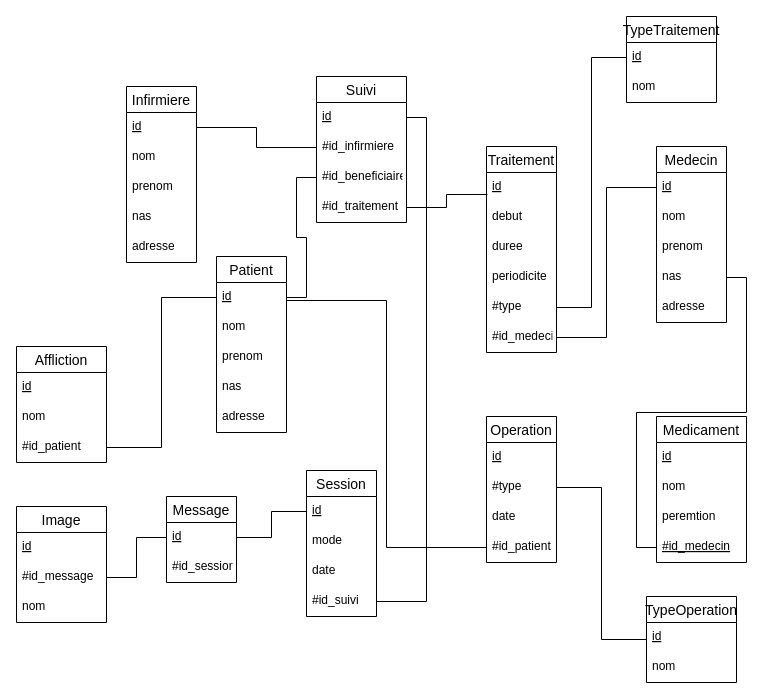
Above: page "modele_relationnel" (2 of 2) of mysolutions/modelisation/03-ea-vers-relationnel/suivi_traitement_jean_arsene_anas_charles.drawio in arseneRuben/sql (draw.io), before the change. Source tidied: cells renumbered, new cells numbered last; positions are measured from the earlier drawing's top-left corner, leaving out a move shared by most shapes. Both pictures are drawn from the tidied source at 100%, with x=0, y=0 at pixel (16, 16).
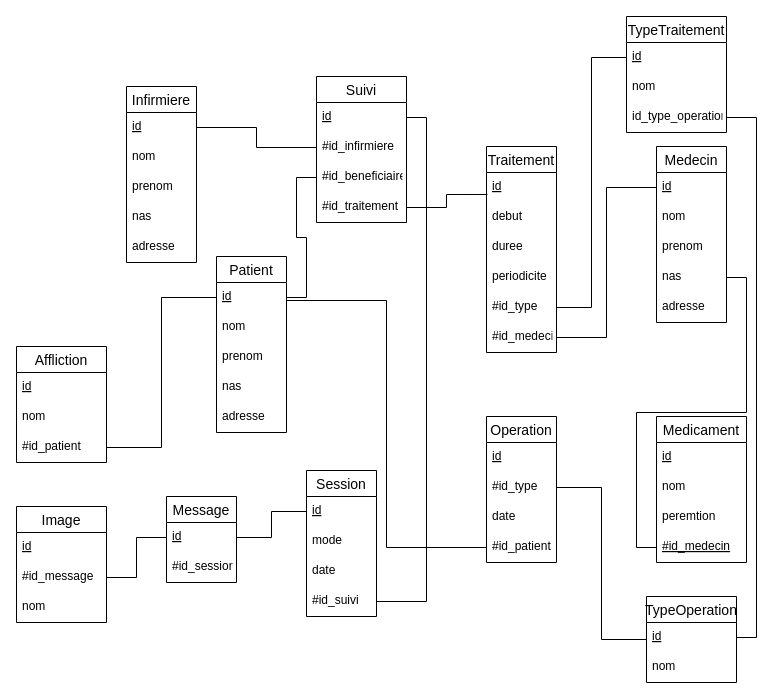
The same diagram, later.

Unchanged cells that the change refers to:
```xml
<mxCell id="14" value="Traitement" style="swimlane;fontStyle=0;horizontal=1;startSize=26;align=center;fontSize=14;" parent="1" vertex="1">
  <mxGeometry x="470" y="130" width="70" height="206" as="geometry" />
</mxCell>
<mxCell id="62" value="Operation" style="swimlane;fontStyle=0;horizontal=1;startSize=26;align=center;fontSize=14;" parent="1" vertex="1">
  <mxGeometry x="470" y="400" width="70" height="146" as="geometry" />
</mxCell>
<mxCell id="69" value="id" style="text;strokeColor=none;fillColor=none;spacingLeft=4;spacingRight=4;overflow=hidden;points=[[0,0.5],[1,0.5]];portConstraint=eastwest;fontSize=12;fontStyle=4;" parent="68" vertex="1">
  <mxGeometry y="26" width="90" height="30" as="geometry" />
</mxCell>
```

Diff of the diagram source:
```diff
@@
-    <mxCell id="19" value="#type" style="text;strokeColor=none;fillColor=none;spacingLeft=4;spacingRight=4;overflow=hidden;points=[[0,0.5],[1,0.5]];portConstraint=eastwest;fontSize=12;" parent="14" vertex="1">
+    <mxCell id="19" value="#id_type" style="text;strokeColor=none;fillColor=none;spacingLeft=4;spacingRight=4;overflow=hidden;points=[[0,0.5],[1,0.5]];portConstraint=eastwest;fontSize=12;" parent="14" vertex="1">
       <mxGeometry y="146" width="70" height="30" as="geometry" />
     </mxCell>
@@
-    <mxCell id="64" value="#type" style="text;strokeColor=none;fillColor=none;spacingLeft=4;spacingRight=4;overflow=hidden;points=[[0,0.5],[1,0.5]];portConstraint=eastwest;fontSize=12;" parent="62" vertex="1">
+    <mxCell id="64" value="#id_type" style="text;strokeColor=none;fillColor=none;spacingLeft=4;spacingRight=4;overflow=hidden;points=[[0,0.5],[1,0.5]];portConstraint=eastwest;fontSize=12;" parent="62" vertex="1">
       <mxGeometry y="56" width="70" height="30" as="geometry" />
     </mxCell>
@@
     <mxCell id="73" value="TypeTraitement" style="swimlane;fontStyle=0;horizontal=1;startSize=26;align=center;fontSize=14;" parent="1" vertex="1">
-      <mxGeometry x="610" width="90" height="86" as="geometry" />
+      <mxGeometry x="610" width="100" height="116" as="geometry" />
     </mxCell>
     <mxCell id="74" value="id" style="text;strokeColor=none;fillColor=none;spacingLeft=4;spacingRight=4;overflow=hidden;points=[[0,0.5],[1,0.5]];portConstraint=eastwest;fontSize=12;fontStyle=4;" parent="73" vertex="1">
-      <mxGeometry y="26" width="90" height="30" as="geometry" />
+      <mxGeometry y="26" width="100" height="30" as="geometry" />
     </mxCell>
     <mxCell id="75" value="nom" style="text;strokeColor=none;fillColor=none;spacingLeft=4;spacingRight=4;overflow=hidden;fontSize=12;" parent="73" vertex="1">
-      <mxGeometry y="56" width="90" height="30" as="geometry" />
+      <mxGeometry y="56" width="100" height="30" as="geometry" />
     </mxCell>
@@
+    <mxCell id="78" value="id_type_operation" style="text;strokeColor=none;fillColor=none;spacingLeft=4;spacingRight=4;overflow=hidden;points=[[0,0.5],[1,0.5]];portConstraint=eastwest;fontSize=12;" parent="73" vertex="1">
+      <mxGeometry y="86" width="100" height="30" as="geometry" />
+    </mxCell>
@@
+    <mxCell id="79" style="edgeStyle=orthogonalEdgeStyle;rounded=0;jettySize=auto;html=1;entryX=1;entryY=0.5;entryDx=0;entryDy=0;endArrow=none;endFill=0;" parent="1" edge="1" source="78" target="69">
+      <mxGeometry relative="1" as="geometry" />
+    </mxCell>
```
